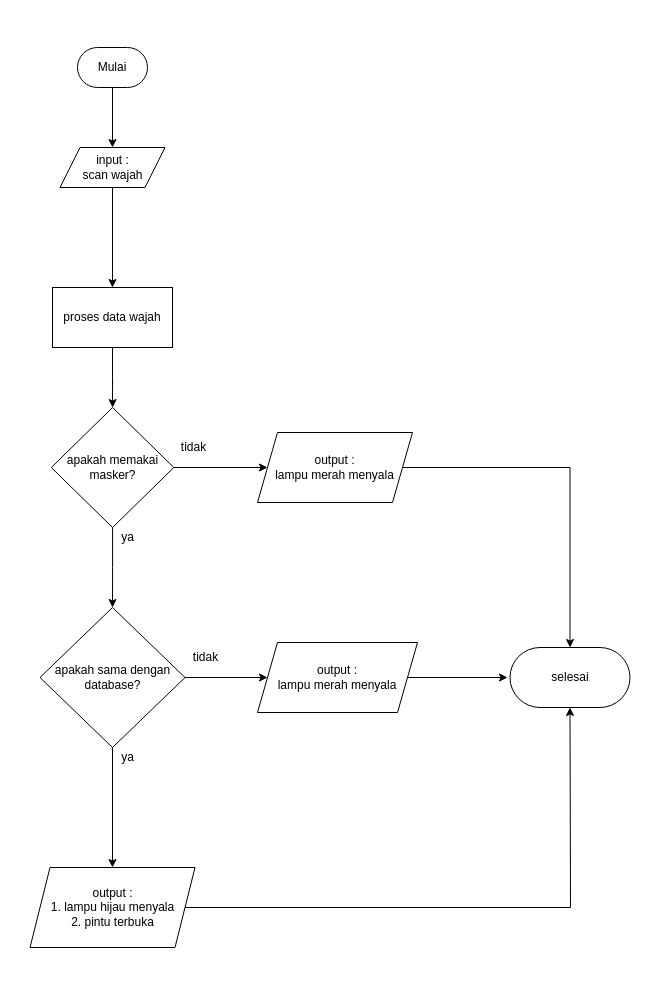
This is Untitled Diagram.drawio from SyaugiSA/semester-5-kelompok-3-golongan-a, a draw.io file, before an edit. Source tidied: cells renumbered, new cells numbered last; positions are measured from the earlier drawing's top-left corner, leaving out a move shared by most shapes. Both pictures are drawn from the tidied source at 100%, with x=0, y=0 at pixel (29, 47).
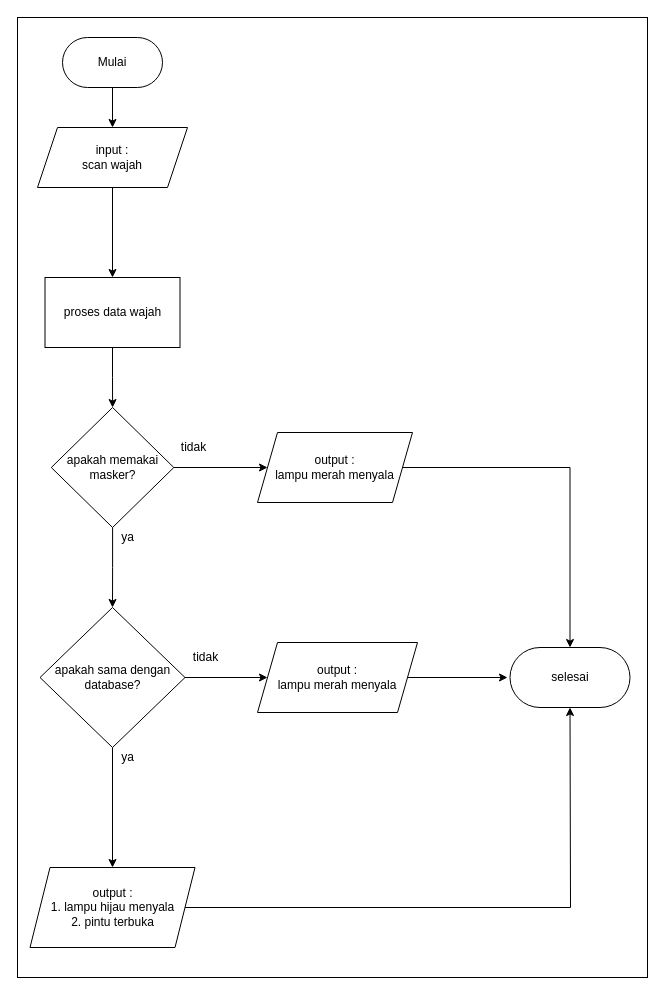
The same diagram, later.

The edit, as a diff of the source:
```diff
@@
+    <mxCell id="25" style="rounded=0;whiteSpace=wrap;html=1;" parent="1" vertex="1">
+      <mxGeometry x="-12" y="-30" width="630" height="960" as="geometry" />
+    </mxCell>
@@
     <mxCell id="3" value="&lt;font style=&quot;font-size: 12px&quot;&gt;Mulai&lt;/font&gt;" style="rounded=1;whiteSpace=wrap;html=1;arcSize=50;" parent="1" vertex="1">
-      <mxGeometry x="48" width="70" height="40" as="geometry" />
+      <mxGeometry x="33" y="-10" width="100" height="50" as="geometry" />
     </mxCell>
@@
     <mxCell id="5" value="&lt;div&gt;input :&lt;br&gt;&lt;/div&gt;&lt;div&gt;scan wajah&lt;br&gt;&lt;/div&gt;" style="shape=parallelogram;perimeter=parallelogramPerimeter;whiteSpace=wrap;html=1;fixedSize=1;fontSize=12;" parent="1" vertex="1">
-      <mxGeometry x="30.5" y="100" width="105" height="40" as="geometry" />
+      <mxGeometry x="8" y="80" width="150" height="60" as="geometry" />
     </mxCell>
@@
     <mxCell id="7" value="proses data wajah" style="whiteSpace=wrap;html=1;" parent="1" vertex="1">
-      <mxGeometry x="23" y="240" width="120" height="60" as="geometry" />
+      <mxGeometry x="15.5" y="230" width="135" height="70" as="geometry" />
     </mxCell>
```
